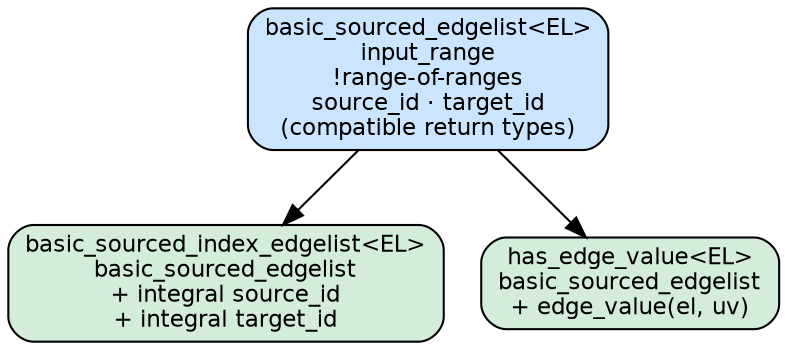
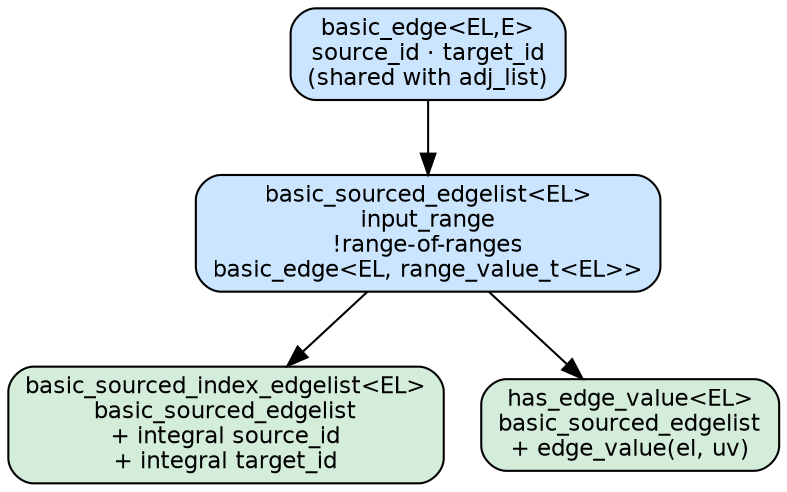
// Concept hierarchy for graph::edge_list
// Generate image: dot -Tsvg edge_list_concepts.dot -o edge_list_concepts.svg

digraph EdgeListConceptHierarchy {
    rankdir = TB
    node [shape=box, style="filled,rounded", fontname="Helvetica", fontsize=11]
    edge [fontname="Helvetica", fontsize=9]

    // ── Primitive concepts ────────────────────────────────────────────────────

    node [fillcolor="#cce5ff"]  // light blue

-     basic_sourced_edgelist [label="basic_sourced_edgelist<EL>\ninput_range\n!range-of-ranges\nsource_id · target_id\n(compatible return types)"]
+     basic_edge [label="basic_edge<EL,E>\nsource_id · target_id\n(shared with adj_list)"]
+     basic_sourced_edgelist [label="basic_sourced_edgelist<EL>\ninput_range\n!range-of-ranges\nbasic_edge<EL, range_value_t<EL>>"]

    // ── Refinements ───────────────────────────────────────────────────────────

    node [fillcolor="#d4edda"]  // light green

    basic_sourced_index_edgelist [label="basic_sourced_index_edgelist<EL>\nbasic_sourced_edgelist\n+ integral source_id\n+ integral target_id"]

    has_edge_value [label="has_edge_value<EL>\nbasic_sourced_edgelist\n+ edge_value(el, uv)"]

    // ── Edges ─────────────────────────────────────────────────────────────────

+     basic_edge -> basic_sourced_edgelist
    basic_sourced_edgelist -> basic_sourced_index_edgelist
    basic_sourced_edgelist -> has_edge_value

    // ── Rank hints ────────────────────────────────────────────────────────────
    { rank=same; basic_sourced_index_edgelist; has_edge_value }
}
